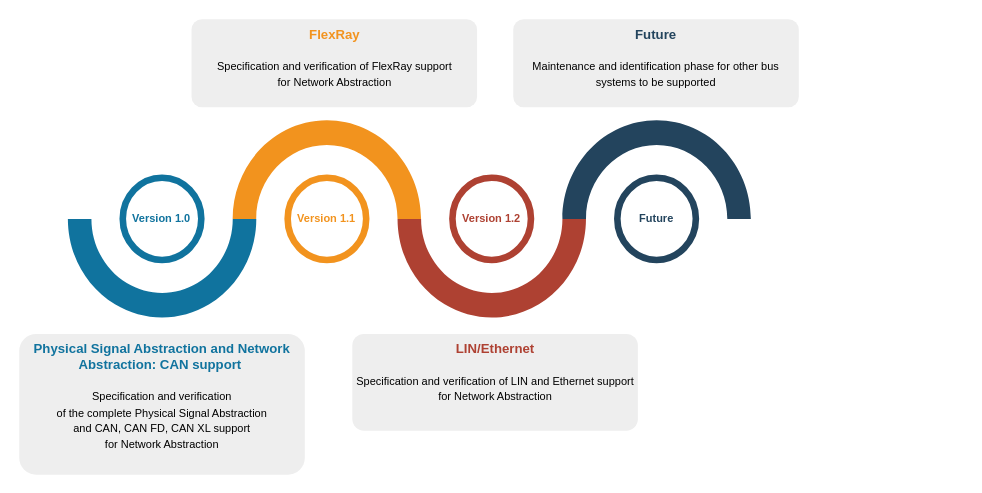
The draw.io diagram roadmap_overview.drawio in modelica/fmi-ls-bus, before the edit. Source tidied: cells renumbered, new cells numbered last; positions are measured from the earlier drawing's top-left corner, leaving out a move shared by most shapes. Both pictures are drawn from the tidied source at 110%, with x=0, y=0 at pixel (19, 19).
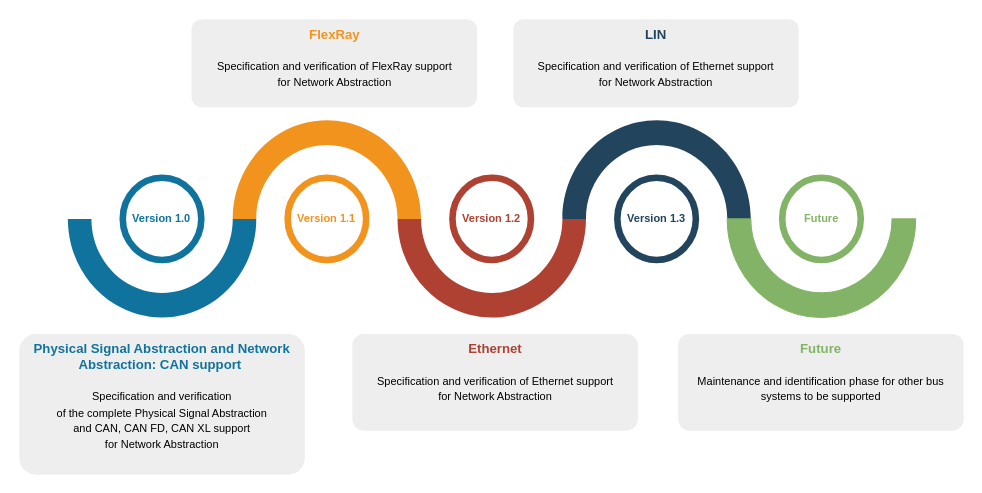
Above is the later version.

Change to the diagram source:
```diff
@@
 <mxGraphModel>
   <root>
     <mxCell id="0" />
     <mxCell id="1" parent="0" />
     <mxCell id="2" style="verticalLabelPosition=bottom;verticalAlign=top;html=1;shape=mxgraph.basic.partConcEllipse;startAngle=0.25;endAngle=0.75;arcWidth=0.25;fillColor=#10739E;strokeColor=none;" parent="1" vertex="1">
       <mxGeometry x="44.2" y="91.8" width="171.3" height="179.4" as="geometry" />
     </mxCell>
     <mxCell id="3" style="verticalLabelPosition=bottom;verticalAlign=top;html=1;shape=mxgraph.basic.partConcEllipse;startAngle=0.75;endAngle=0.25;arcWidth=0.25;fillColor=#F2931E;strokeColor=none;" parent="1" vertex="1">
       <mxGeometry x="194" y="91.8" width="171.3" height="179.4" as="geometry" />
     </mxCell>
     <mxCell id="4" style="verticalLabelPosition=bottom;verticalAlign=top;html=1;shape=mxgraph.basic.partConcEllipse;startAngle=0.25;endAngle=0.75;arcWidth=0.25;fillColor=#AE4132;strokeColor=none;" parent="1" vertex="1">
       <mxGeometry x="343.9" y="91.8" width="171.3" height="179.4" as="geometry" />
     </mxCell>
     <mxCell id="5" style="verticalLabelPosition=bottom;verticalAlign=top;html=1;shape=mxgraph.basic.partConcEllipse;startAngle=0.75;endAngle=0.25;arcWidth=0.25;fillColor=#23445D;strokeColor=none;" parent="1" vertex="1">
       <mxGeometry x="493.8" y="91.8" width="171.3" height="179.4" as="geometry" />
     </mxCell>
     <mxCell id="6" value="Version 1.0" style="shape=ellipse;strokeWidth=6;strokeColor=#10739E;fontSize=10;html=1;whiteSpace=wrap;fontStyle=1;fontColor=#10739E;" parent="1" vertex="1">
       <mxGeometry x="94.1" y="144.1" width="71.4" height="74.7" as="geometry" />
     </mxCell>
     <mxCell id="7" value="Version 1.1" style="shape=ellipse;strokeWidth=6;strokeColor=#F2931E;fontSize=10;html=1;whiteSpace=wrap;fontStyle=1;fontColor=#F2931E;" parent="1" vertex="1">
       <mxGeometry x="244" y="144.1" width="71.4" height="74.7" as="geometry" />
     </mxCell>
     <mxCell id="8" value="Version 1.2" style="shape=ellipse;strokeWidth=6;strokeColor=#AE4132;fontSize=10;html=1;whiteSpace=wrap;fontStyle=1;fontColor=#AE4132;" parent="1" vertex="1">
       <mxGeometry x="393.8" y="144.1" width="71.4" height="74.7" as="geometry" />
     </mxCell>
-    <mxCell id="9" value="Future" style="shape=ellipse;strokeWidth=6;strokeColor=#23445D;fontSize=10;html=1;whiteSpace=wrap;fontStyle=1;fontColor=#23445D;" parent="1" vertex="1">
+    <mxCell id="9" value="Version 1.3" style="shape=ellipse;strokeWidth=6;strokeColor=#23445D;fontSize=10;html=1;whiteSpace=wrap;fontStyle=1;fontColor=#23445D;" parent="1" vertex="1">
       <mxGeometry x="543.7" y="144.1" width="71.4" height="74.7" as="geometry" />
     </mxCell>
     <mxCell id="10" value="&lt;font style=&quot;&quot;&gt;&lt;font style=&quot;&quot; color=&quot;#10739E&quot;&gt;&lt;b&gt;Physical Signal Abstraction and&amp;nbsp;Network Abstraction: CAN support&lt;/b&gt;&lt;b style=&quot;font-size: 12px;&quot;&gt;&amp;nbsp;&lt;/b&gt;&lt;/font&gt;&lt;br&gt;&lt;br&gt;&lt;font size=&quot;1&quot;&gt;Specification and verification&lt;br&gt;of the complete&amp;nbsp;&lt;/font&gt;&lt;/font&gt;&lt;font size=&quot;1&quot;&gt;Physical Signal Abstraction&lt;br&gt;and CAN, CAN FD, CAN XL support&lt;br&gt;for&amp;nbsp;Network Abstraction&lt;/font&gt;" style="rounded=1;strokeColor=none;fillColor=#EEEEEE;align=center;arcSize=12;verticalAlign=top;whiteSpace=wrap;html=1;fontSize=12;" parent="1" vertex="1">
       <mxGeometry y="286.1" width="259.6" height="127.9" as="geometry" />
     </mxCell>
     <mxCell id="11" value="&lt;font style=&quot;font-size: 10px&quot;&gt;&lt;font style=&quot;font-size: 12px&quot; color=&quot;#F2931E&quot;&gt;&lt;b&gt;FlexRay&lt;/b&gt;&lt;/font&gt;&lt;br&gt;&lt;br&gt;&lt;font style=&quot;font-size: 12px;&quot;&gt;&lt;font size=&quot;1&quot;&gt;Specification and verification of FlexRay&lt;/font&gt;&lt;/font&gt;&lt;font size=&quot;1&quot;&gt;&amp;nbsp;support for&amp;nbsp;Network Abstraction&lt;/font&gt;&lt;br&gt;&lt;/font&gt;" style="rounded=1;strokeColor=none;fillColor=#EEEEEE;align=center;arcSize=12;verticalAlign=top;whiteSpace=wrap;html=1;fontSize=12;" parent="1" vertex="1">
       <mxGeometry x="156.6" width="259.6" height="80" as="geometry" />
     </mxCell>
-    <mxCell id="12" value="&lt;font style=&quot;font-size: 10px&quot;&gt;&lt;font style=&quot;font-size: 12px&quot; color=&quot;#AE4132&quot;&gt;&lt;b&gt;LIN/Ethernet&lt;/b&gt;&lt;/font&gt;&lt;br&gt;&lt;br&gt;&lt;font style=&quot;font-size: 12px;&quot;&gt;&lt;font size=&quot;1&quot;&gt;Specification and verification of LIN and Ethernet&lt;/font&gt;&lt;/font&gt;&amp;nbsp;support for&amp;nbsp;Network Abstraction&lt;br&gt;&lt;/font&gt;" style="rounded=1;strokeColor=none;fillColor=#EEEEEE;align=center;arcSize=12;verticalAlign=top;whiteSpace=wrap;html=1;fontSize=12;" parent="1" vertex="1">
+    <mxCell id="12" value="&lt;font style=&quot;font-size: 10px&quot;&gt;&lt;font style=&quot;font-size: 12px&quot; color=&quot;#AE4132&quot;&gt;&lt;b&gt;Ethernet&lt;/b&gt;&lt;/font&gt;&lt;br&gt;&lt;br&gt;&lt;font style=&quot;font-size: 12px;&quot;&gt;&lt;font size=&quot;1&quot;&gt;Specification and verification of Ethernet&lt;/font&gt;&lt;/font&gt;&amp;nbsp;support for&amp;nbsp;Network Abstraction&lt;br&gt;&lt;/font&gt;" style="rounded=1;strokeColor=none;fillColor=#EEEEEE;align=center;arcSize=12;verticalAlign=top;whiteSpace=wrap;html=1;fontSize=12;" parent="1" vertex="1">
       <mxGeometry x="302.8" y="286.1" width="259.6" height="87.9" as="geometry" />
     </mxCell>
-    <mxCell id="13" value="&lt;font style=&quot;&quot;&gt;&lt;font style=&quot;font-size: 12px;&quot; color=&quot;#23445D&quot;&gt;&lt;b&gt;Future&lt;/b&gt;&lt;/font&gt;&lt;br&gt;&lt;br&gt;&lt;font size=&quot;1&quot;&gt;Maintenance and identification phase for other bus systems to be supported&lt;/font&gt;&lt;br&gt;&lt;/font&gt;" style="rounded=1;strokeColor=none;fillColor=#EEEEEE;align=center;arcSize=12;verticalAlign=top;whiteSpace=wrap;html=1;fontSize=12;" parent="1" vertex="1">
+    <mxCell id="13" value="&lt;font style=&quot;&quot;&gt;&lt;b style=&quot;&quot;&gt;&lt;font color=&quot;#23445d&quot;&gt;LIN&lt;/font&gt;&lt;/b&gt;&lt;br style=&quot;font-size: 10px;&quot;&gt;&lt;br style=&quot;font-size: 10px;&quot;&gt;&lt;font size=&quot;1&quot;&gt;Specification and verification of Ethernet&lt;/font&gt;&lt;span style=&quot;font-size: 10px;&quot;&gt;&amp;nbsp;support for&amp;nbsp;Network Abstraction&lt;/span&gt;&lt;br&gt;&lt;/font&gt;" style="rounded=1;strokeColor=none;fillColor=#EEEEEE;align=center;arcSize=12;verticalAlign=top;whiteSpace=wrap;html=1;fontSize=12;" parent="1" vertex="1">
       <mxGeometry x="449.1" width="259.6" height="80" as="geometry" />
     </mxCell>
+    <mxCell id="14" value="&lt;b style=&quot;&quot;&gt;&lt;font color=&quot;#82b366&quot;&gt;Future&lt;/font&gt;&lt;/b&gt;&lt;br&gt;&lt;br&gt;&lt;font size=&quot;1&quot;&gt;Maintenance and identification phase for other bus systems to be supported&lt;/font&gt;" style="rounded=1;strokeColor=none;fillColor=#EEEEEE;align=center;arcSize=12;verticalAlign=top;whiteSpace=wrap;html=1;fontSize=12;" parent="1" vertex="1">
+      <mxGeometry x="599" y="286.1" width="259.6" height="87.9" as="geometry" />
+    </mxCell>
+    <mxCell id="15" value="&lt;span style=&quot;&quot;&gt;Future&lt;/span&gt;" style="shape=ellipse;strokeWidth=6;strokeColor=#82B366;fontSize=10;html=1;whiteSpace=wrap;fontStyle=1;fontColor=#82B366;" parent="1" vertex="1">
+      <mxGeometry x="693.6" y="144.1" width="71.4" height="74.7" as="geometry" />
+    </mxCell>
+    <mxCell id="16" style="verticalLabelPosition=bottom;verticalAlign=top;html=1;shape=mxgraph.basic.partConcEllipse;startAngle=0.25;endAngle=0.75;arcWidth=0.25;fillColor=#82B366;strokeColor=#82b366;" parent="1" vertex="1">
+      <mxGeometry x="643.6" y="91.8" width="171.3" height="179.4" as="geometry" />
+    </mxCell>
   </root>
 </mxGraphModel>
```
